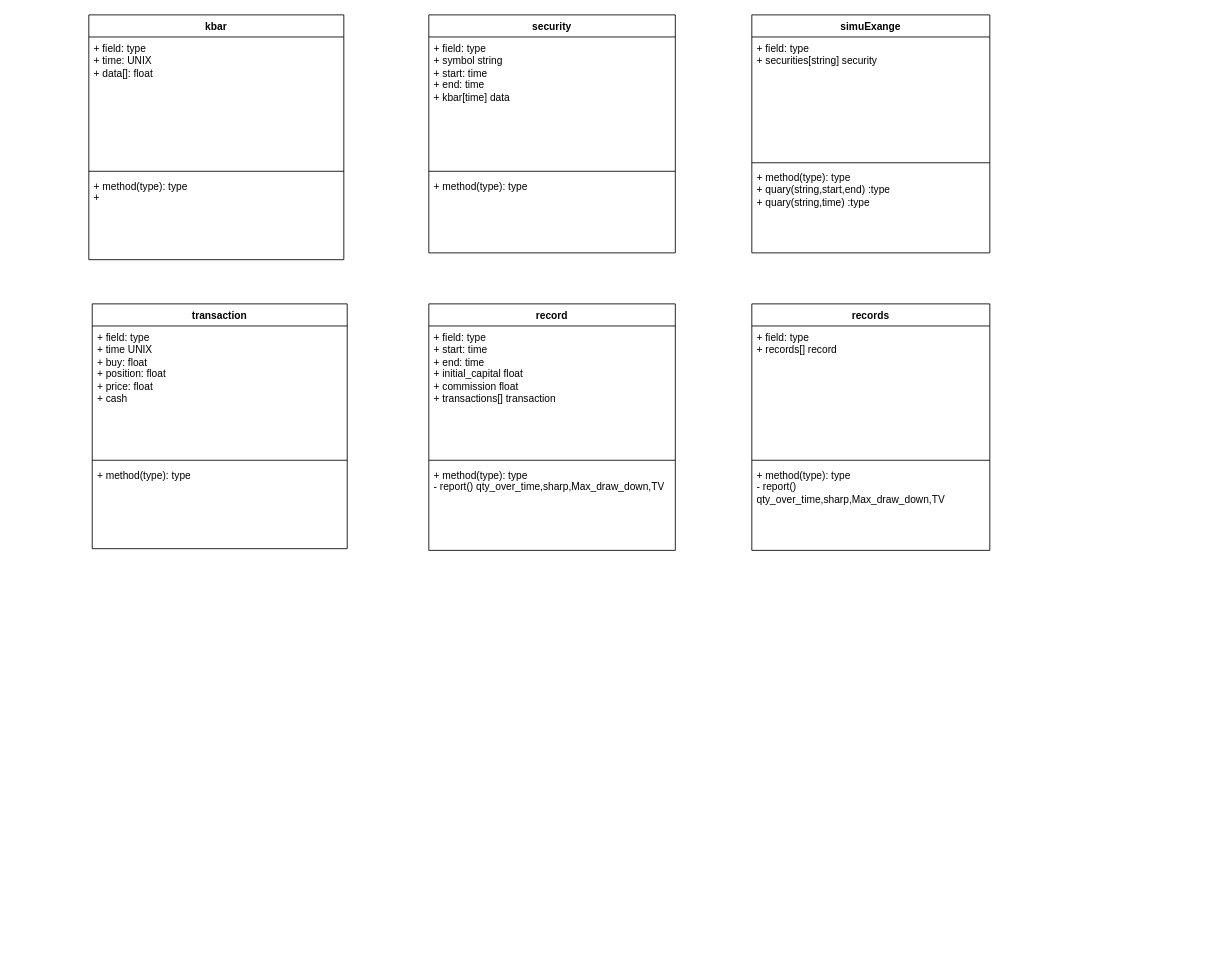
Before: FinTechML/Library/未命名绘图.drawio in penguin72487/tradebot, a draw.io diagram. Source tidied: cells renumbered, new cells numbered last; positions are measured from the earlier drawing's top-left corner, leaving out a move shared by most shapes. Both pictures are drawn from the tidied source at 85%, with x=0, y=0 at pixel (88, 14).
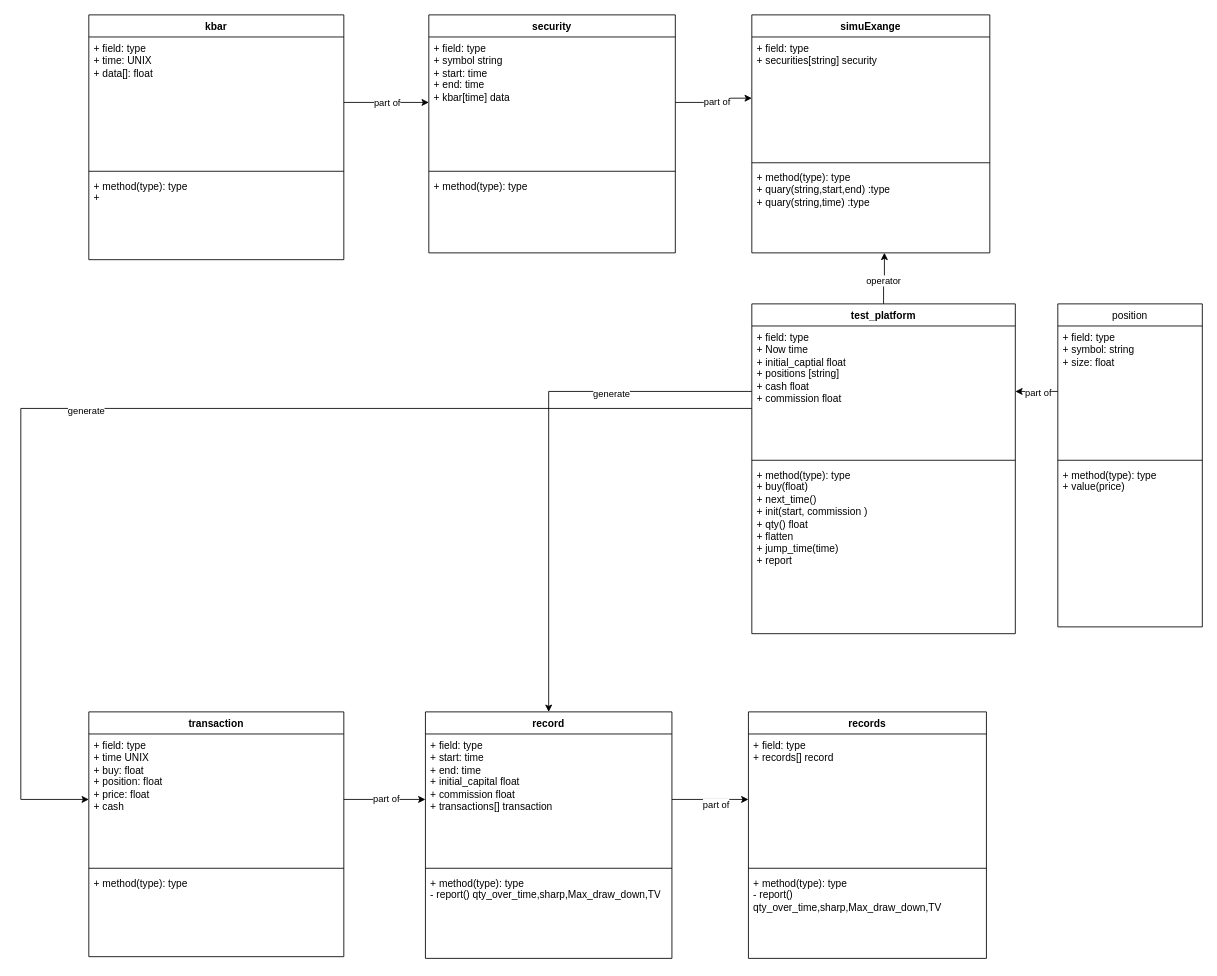
The same page after the edit.

Commit message:
增加postiton還有測試台

Unchanged cells that the change refers to:
```xml
<mxCell id="3" value="+ field: type&lt;br&gt;+ time: UNIX&lt;div&gt;+ data[]: float&lt;/div&gt;&lt;div&gt;&lt;br&gt;&lt;/div&gt;" style="text;strokeColor=none;fillColor=none;align=left;verticalAlign=top;spacingLeft=4;spacingRight=4;overflow=hidden;points=[[0,0.5],[1,0.5]];portConstraint=eastwest;whiteSpace=wrap;html=1;" parent="2" vertex="1">
  <mxGeometry y="26" width="300" height="154" as="geometry" />
</mxCell>
<mxCell id="7" value="+ field: type&lt;div&gt;+ s&lt;span style=&quot;background-color: transparent; color: light-dark(rgb(0, 0, 0), rgb(255, 255, 255));&quot;&gt;ymbol string&lt;/span&gt;&lt;/div&gt;&lt;div&gt;&lt;div&gt;+ start: time&lt;/div&gt;&lt;div&gt;+ end: time&lt;/div&gt;&lt;div&gt;+ kbar[time] data&amp;nbsp;&lt;/div&gt;&lt;/div&gt;" style="text;strokeColor=none;fillColor=none;align=left;verticalAlign=top;spacingLeft=4;spacingRight=4;overflow=hidden;points=[[0,0.5],[1,0.5]];portConstraint=eastwest;whiteSpace=wrap;html=1;" parent="6" vertex="1">
  <mxGeometry y="26" width="290" height="154" as="geometry" />
</mxCell>
<mxCell id="11" value="+ field: type&lt;br&gt;+ time UNIX&lt;div&gt;+ buy: float&lt;br&gt;+ position: float&lt;/div&gt;&lt;div&gt;+ price: float&lt;/div&gt;&lt;div&gt;+ cash&lt;/div&gt;&lt;div&gt;&lt;br&gt;&lt;/div&gt;&lt;div&gt;&lt;br&gt;&lt;/div&gt;" style="text;strokeColor=none;fillColor=none;align=left;verticalAlign=top;spacingLeft=4;spacingRight=4;overflow=hidden;points=[[0,0.5],[1,0.5]];portConstraint=eastwest;whiteSpace=wrap;html=1;" parent="10" vertex="1">
  <mxGeometry y="26" width="300" height="154" as="geometry" />
</mxCell>
<mxCell id="15" value="+ field: type&lt;div&gt;+&amp;nbsp;&lt;span style=&quot;text-align: center; background-color: transparent; color: light-dark(rgb(0, 0, 0), rgb(255, 255, 255));&quot;&gt;securities[string] security&amp;nbsp;&lt;/span&gt;&lt;/div&gt;" style="text;strokeColor=none;fillColor=none;align=left;verticalAlign=top;spacingLeft=4;spacingRight=4;overflow=hidden;points=[[0,0.5],[1,0.5]];portConstraint=eastwest;whiteSpace=wrap;html=1;" parent="14" vertex="1">
  <mxGeometry y="26" width="280" height="144" as="geometry" />
</mxCell>
<mxCell id="17" value="+ method(type): type&lt;div&gt;+ quary(string,start,end) :type&lt;/div&gt;&lt;div&gt;+ quary&lt;span style=&quot;background-color: transparent; color: light-dark(rgb(0, 0, 0), rgb(255, 255, 255));&quot;&gt;(string,time) :type&lt;/span&gt;&lt;/div&gt;" style="text;strokeColor=none;fillColor=none;align=left;verticalAlign=top;spacingLeft=4;spacingRight=4;overflow=hidden;points=[[0,0.5],[1,0.5]];portConstraint=eastwest;whiteSpace=wrap;html=1;" parent="14" vertex="1">
  <mxGeometry y="178" width="280" height="102" as="geometry" />
</mxCell>
<mxCell id="19" value="+ field: type&lt;br&gt;&lt;div&gt;+ start: time&lt;/div&gt;&lt;div&gt;+ end: time&lt;/div&gt;+ initial_capital float&lt;div&gt;+ commission float&lt;/div&gt;&lt;div&gt;+ transactions[] transaction&lt;/div&gt;" style="text;strokeColor=none;fillColor=none;align=left;verticalAlign=top;spacingLeft=4;spacingRight=4;overflow=hidden;points=[[0,0.5],[1,0.5]];portConstraint=eastwest;whiteSpace=wrap;html=1;" parent="18" vertex="1">
  <mxGeometry y="26" width="290" height="154" as="geometry" />
</mxCell>
<mxCell id="23" value="+ field: type&lt;div&gt;+ records[] record&lt;/div&gt;" style="text;strokeColor=none;fillColor=none;align=left;verticalAlign=top;spacingLeft=4;spacingRight=4;overflow=hidden;points=[[0,0.5],[1,0.5]];portConstraint=eastwest;whiteSpace=wrap;html=1;" parent="22" vertex="1">
  <mxGeometry y="26" width="280" height="154" as="geometry" />
</mxCell>
```

Diff of the diagram source:
```diff
@@
     <mxCell id="10" value="transaction" style="swimlane;fontStyle=1;align=center;verticalAlign=top;horizontal=1;startSize=26;whiteSpace=wrap;html=1;" parent="1" vertex="1">
-      <mxGeometry x="4" y="340" width="300" height="288" as="geometry" />
+      <mxGeometry y="820" width="300" height="288" as="geometry" />
     </mxCell>
@@
     <mxCell id="18" value="record" style="swimlane;fontStyle=1;align=center;verticalAlign=top;horizontal=1;startSize=26;whiteSpace=wrap;html=1;" parent="1" vertex="1">
-      <mxGeometry x="400" y="340" width="290" height="290" as="geometry" />
+      <mxGeometry x="396" y="820" width="290" height="290" as="geometry" />
     </mxCell>
@@
     <mxCell id="22" value="records" style="swimlane;fontStyle=1;align=center;verticalAlign=top;horizontal=1;startSize=26;whiteSpace=wrap;html=1;" parent="1" vertex="1">
-      <mxGeometry x="780" y="340" width="280" height="290" as="geometry" />
+      <mxGeometry x="776" y="820" width="280" height="290" as="geometry" />
     </mxCell>
@@
+    <mxCell id="26" value="test_platform" style="swimlane;fontStyle=1;align=center;verticalAlign=top;horizontal=1;startSize=26;whiteSpace=wrap;html=1;" parent="1" vertex="1">
+      <mxGeometry x="780" y="340" width="310" height="388" as="geometry" />
+    </mxCell>
+    <mxCell id="27" value="+ field: type&lt;div&gt;+ Now time&lt;/div&gt;&lt;div&gt;+ initial_captial float&lt;/div&gt;&lt;div&gt;+ positions [string]&lt;/div&gt;&lt;div&gt;+ cash float&lt;/div&gt;&lt;div&gt;+ commission float&lt;/div&gt;&lt;div&gt;&lt;br&gt;&lt;/div&gt;&lt;div&gt;&lt;br&gt;&lt;/div&gt;" style="text;strokeColor=none;fillColor=none;align=left;verticalAlign=top;spacingLeft=4;spacingRight=4;overflow=hidden;points=[[0,0.5],[1,0.5]];portConstraint=eastwest;whiteSpace=wrap;html=1;" parent="26" vertex="1">
+      <mxGeometry y="26" width="310" height="154" as="geometry" />
+    </mxCell>
+    <mxCell id="28" style="line;strokeWidth=1;fillColor=none;align=left;verticalAlign=middle;spacingTop=-1;spacingLeft=3;spacingRight=3;labelPosition=right;strokeColor=inherit;" parent="26" vertex="1">
+      <mxGeometry y="180" width="310" height="8" as="geometry" />
+    </mxCell>
+    <mxCell id="29" value="+ method(type): type&lt;div&gt;+ b&lt;span style=&quot;background-color: transparent; color: light-dark(rgb(0, 0, 0), rgb(255, 255, 255));&quot;&gt;uy(float)&lt;/span&gt;&lt;/div&gt;&lt;div&gt;&lt;span style=&quot;background-color: transparent; color: light-dark(rgb(0, 0, 0), rgb(255, 255, 255));&quot;&gt;+ next_time()&lt;/span&gt;&lt;/div&gt;&lt;div&gt;&lt;span style=&quot;background-color: transparent; color: light-dark(rgb(0, 0, 0), rgb(255, 255, 255));&quot;&gt;+ init(start,&amp;nbsp;&lt;/span&gt;&lt;span style=&quot;background-color: transparent; color: light-dark(rgb(0, 0, 0), rgb(255, 255, 255));&quot;&gt;commission&lt;/span&gt;&lt;span style=&quot;background-color: transparent; color: light-dark(rgb(0, 0, 0), rgb(255, 255, 255));&quot;&gt;&amp;nbsp;)&lt;/span&gt;&lt;/div&gt;&lt;div&gt;&lt;span style=&quot;background-color: transparent; color: light-dark(rgb(0, 0, 0), rgb(255, 255, 255));&quot;&gt;+ qty() float&amp;nbsp;&lt;/span&gt;&lt;/div&gt;&lt;div&gt;&lt;span style=&quot;background-color: transparent; color: light-dark(rgb(0, 0, 0), rgb(255, 255, 255));&quot;&gt;+ flatten&lt;/span&gt;&lt;/div&gt;&lt;div&gt;&lt;span style=&quot;background-color: transparent; color: light-dark(rgb(0, 0, 0), rgb(255, 255, 255));&quot;&gt;+ jump_time(time)&lt;/span&gt;&lt;/div&gt;&lt;div&gt;&lt;span style=&quot;background-color: transparent; color: light-dark(rgb(0, 0, 0), rgb(255, 255, 255));&quot;&gt;+ report&lt;/span&gt;&lt;/div&gt;" style="text;strokeColor=none;fillColor=none;align=left;verticalAlign=top;spacingLeft=4;spacingRight=4;overflow=hidden;whiteSpace=wrap;html=1;" parent="26" vertex="1">
+      <mxGeometry y="188" width="310" height="200" as="geometry" />
+    </mxCell>
+    <mxCell id="30" style="edgeStyle=orthogonalEdgeStyle;rounded=0;jettySize=auto;html=1;" parent="1" edge="1" source="3" target="7">
+      <mxGeometry relative="1" as="geometry" />
+    </mxCell>
+    <mxCell id="31" value="part of" style="edgeLabel;html=1;align=center;verticalAlign=middle;" parent="30" vertex="1">
+      <mxGeometry relative="1" as="geometry" />
+    </mxCell>
+    <mxCell id="32" style="edgeStyle=orthogonalEdgeStyle;rounded=0;jettySize=auto;html=1;entryX=0;entryY=0.5;entryDx=0;entryDy=0;" parent="1" edge="1" source="7" target="15">
+      <mxGeometry relative="1" as="geometry" />
+    </mxCell>
+    <mxCell id="33" value="part of" style="edgeLabel;html=1;align=center;verticalAlign=middle;" parent="32" vertex="1">
+      <mxGeometry x="0.12" y="-3" relative="1" as="geometry" />
+    </mxCell>
+    <mxCell id="34" style="edgeStyle=orthogonalEdgeStyle;rounded=0;jettySize=auto;html=1;entryX=0;entryY=0.5;entryDx=0;entryDy=0;" parent="1" edge="1" source="11" target="19">
+      <mxGeometry relative="1" as="geometry" />
+    </mxCell>
+    <mxCell id="35" value="part of" style="edgeLabel;html=1;align=center;verticalAlign=middle;" parent="34" vertex="1">
+      <mxGeometry x="0.02" y="1" relative="1" as="geometry" />
+    </mxCell>
+    <mxCell id="36" style="edgeStyle=orthogonalEdgeStyle;rounded=0;jettySize=auto;html=1;" parent="1" edge="1" source="19" target="23">
+      <mxGeometry relative="1" as="geometry" />
+    </mxCell>
+    <mxCell id="37" value="part of" style="edgeLabel;html=1;align=center;verticalAlign=middle;" parent="36" vertex="1">
+      <mxGeometry x="0.13" y="-5" relative="1" as="geometry" />
+    </mxCell>
+    <mxCell id="38" style="edgeStyle=orthogonalEdgeStyle;rounded=0;jettySize=auto;html=1;entryX=0.5;entryY=0;entryDx=0;entryDy=0;" parent="1" edge="1" source="27" target="18">
+      <mxGeometry relative="1" as="geometry" />
+    </mxCell>
+    <mxCell id="39" value="generate" style="edgeLabel;html=1;align=center;verticalAlign=middle;" parent="38" vertex="1">
+      <mxGeometry x="-0.46" y="2" relative="1" as="geometry" />
+    </mxCell>
+    <mxCell id="40" style="edgeStyle=orthogonalEdgeStyle;rounded=0;jettySize=auto;html=1;entryX=0;entryY=0.5;entryDx=0;entryDy=0;" parent="1" edge="1" source="27" target="11">
+      <mxGeometry relative="1" as="geometry">
+        <Array as="points">
+          <mxPoint x="-80" y="463" />
+          <mxPoint x="-80" y="923" />
+        </Array>
+      </mxGeometry>
+    </mxCell>
+    <mxCell id="41" value="generate" style="edgeLabel;html=1;align=center;verticalAlign=middle;" parent="40" vertex="1">
+      <mxGeometry x="0.12" y="2" relative="1" as="geometry" />
+    </mxCell>
+    <mxCell id="42" style="edgeStyle=orthogonalEdgeStyle;rounded=0;jettySize=auto;html=1;entryX=0.557;entryY=0.999;entryDx=0;entryDy=0;entryPerimeter=0;" parent="1" edge="1" source="26" target="17">
+      <mxGeometry relative="1" as="geometry" />
+    </mxCell>
+    <mxCell id="43" value="operator" style="edgeLabel;html=1;align=center;verticalAlign=middle;" parent="42" vertex="1">
+      <mxGeometry x="-0.07" y="1" relative="1" as="geometry" />
+    </mxCell>
+    <mxCell id="44" value="&lt;div style=&quot;font-weight: 400; text-align: left;&quot;&gt;position&lt;/div&gt;" style="swimlane;fontStyle=1;align=center;verticalAlign=top;horizontal=1;startSize=26;whiteSpace=wrap;html=1;" parent="1" vertex="1">
+      <mxGeometry x="1140" y="340" width="170" height="380" as="geometry" />
+    </mxCell>
+    <mxCell id="45" value="+ field: type&lt;br&gt;+ symbol: string&lt;div&gt;+ size: float&lt;/div&gt;&lt;div&gt;&lt;br&gt;&lt;/div&gt;" style="text;strokeColor=none;fillColor=none;align=left;verticalAlign=top;spacingLeft=4;spacingRight=4;overflow=hidden;points=[[0,0.5],[1,0.5]];portConstraint=eastwest;whiteSpace=wrap;html=1;" parent="44" vertex="1">
+      <mxGeometry y="26" width="170" height="154" as="geometry" />
+    </mxCell>
+    <mxCell id="46" style="line;strokeWidth=1;fillColor=none;align=left;verticalAlign=middle;spacingTop=-1;spacingLeft=3;spacingRight=3;labelPosition=right;strokeColor=inherit;" parent="44" vertex="1">
+      <mxGeometry y="180" width="170" height="8" as="geometry" />
+    </mxCell>
+    <mxCell id="47" value="+ method(type): type&lt;div&gt;+ value(price)&lt;/div&gt;" style="text;strokeColor=none;fillColor=none;align=left;verticalAlign=top;spacingLeft=4;spacingRight=4;overflow=hidden;whiteSpace=wrap;html=1;" parent="44" vertex="1">
+      <mxGeometry y="188" width="170" height="192" as="geometry" />
+    </mxCell>
+    <mxCell id="48" style="edgeStyle=orthogonalEdgeStyle;rounded=0;jettySize=auto;html=1;entryX=1;entryY=0.5;entryDx=0;entryDy=0;" parent="1" edge="1" source="45" target="27">
+      <mxGeometry relative="1" as="geometry" />
+    </mxCell>
+    <mxCell id="49" value="part of" style="edgeLabel;html=1;align=center;verticalAlign=middle;" parent="48" vertex="1">
+      <mxGeometry x="-0.06" y="1" relative="1" as="geometry" />
+    </mxCell>
```
